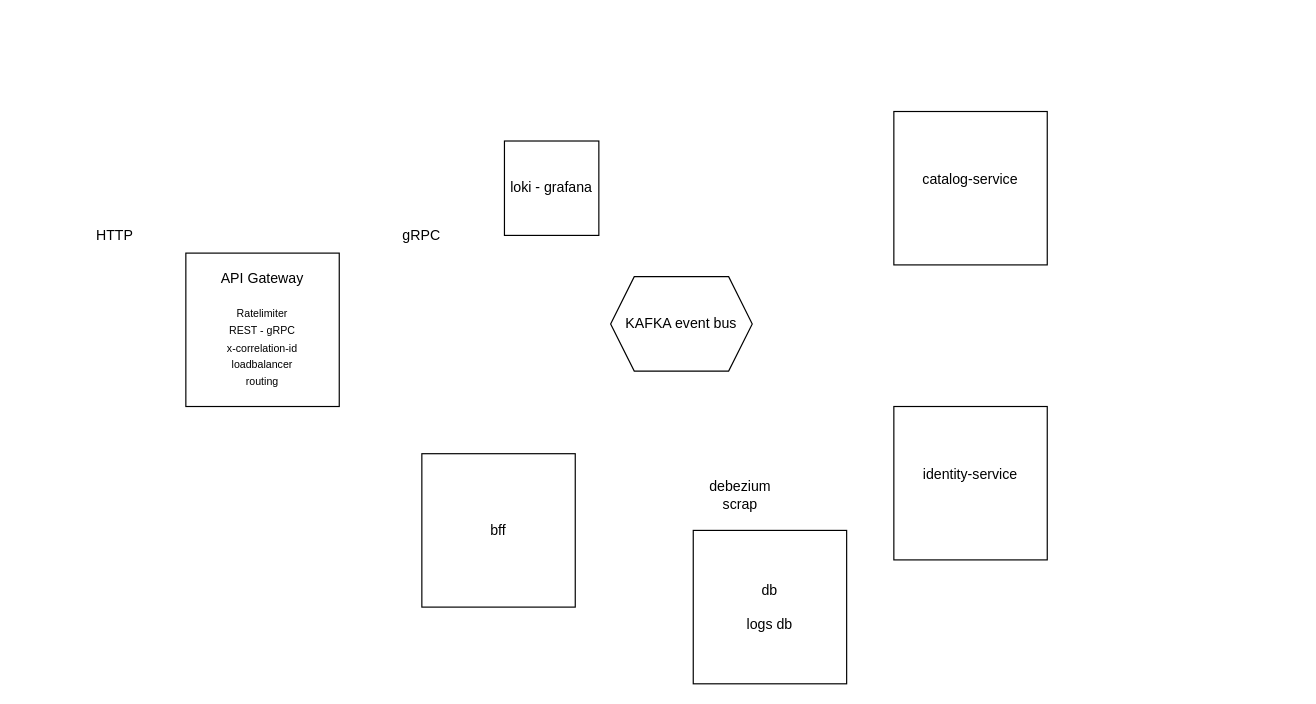
nicoprogramming1/melown keeps this draw.io diagram as c4-diagram.drawio. Above is the earlier version. Source tidied: cells renumbered, new cells numbered last; positions are measured from the earlier drawing's top-left corner, leaving out a move shared by most shapes. Both pictures are drawn from the tidied source at 118%, with x=0, y=0 at pixel (79, 111).
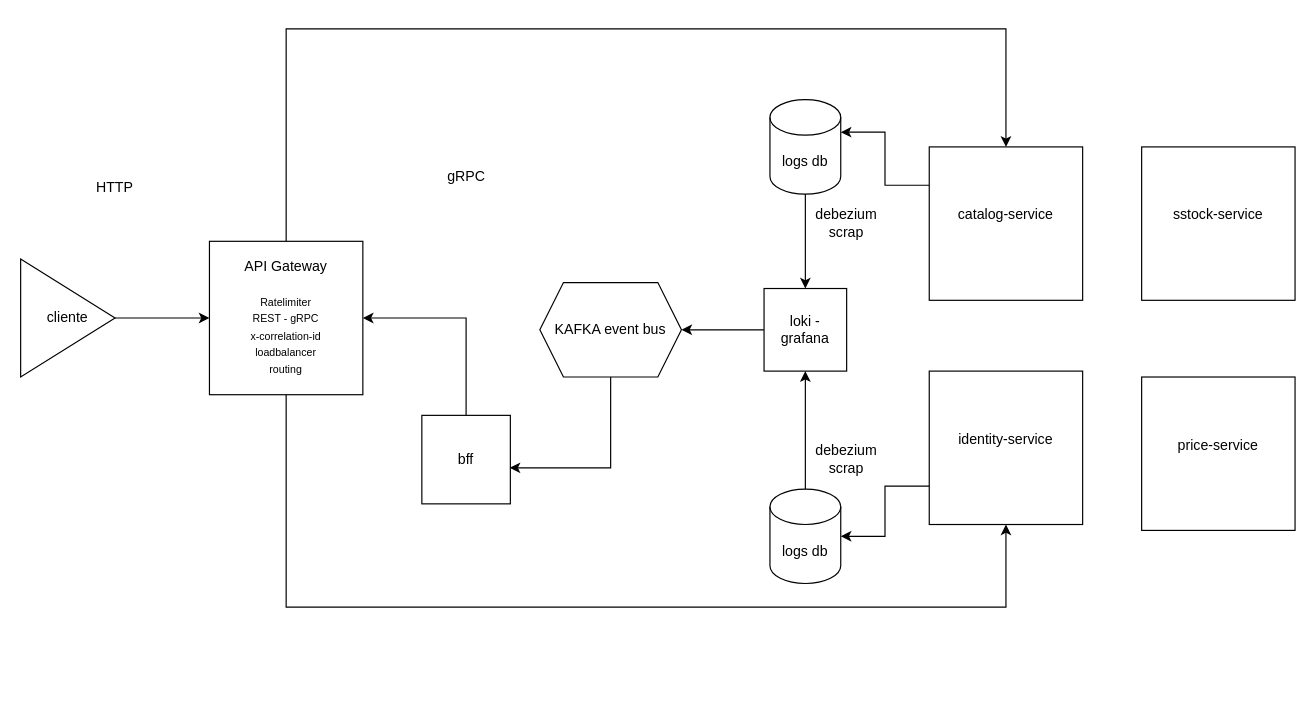
Above is the later version.

Change to the diagram source:
```diff
@@
+    <mxCell id="12" style="edgeStyle=orthogonalEdgeStyle;rounded=0;jettySize=auto;html=1;entryX=0.5;entryY=0;entryDx=0;entryDy=0;exitX=0.5;exitY=0;exitDx=0;exitDy=0;" parent="1" edge="1" source="2" target="4">
+      <mxGeometry relative="1" as="geometry">
+        <Array as="points">
+          <mxPoint x="175" y="-70" />
+          <mxPoint x="785" y="-70" />
+        </Array>
+      </mxGeometry>
+    </mxCell>
+    <mxCell id="13" style="edgeStyle=orthogonalEdgeStyle;rounded=0;jettySize=auto;html=1;entryX=0.5;entryY=1;entryDx=0;entryDy=0;exitX=0.5;exitY=1;exitDx=0;exitDy=0;" parent="1" edge="1" source="2" target="5">
+      <mxGeometry relative="1" as="geometry">
+        <Array as="points">
+          <mxPoint x="175" y="420" />
+          <mxPoint x="785" y="420" />
+        </Array>
+      </mxGeometry>
+    </mxCell>
     <mxCell id="2" value="API Gateway&lt;br&gt;&lt;div&gt;&lt;br&gt;&lt;/div&gt;&lt;div&gt;&lt;font style=&quot;font-size: 9px;&quot;&gt;Ratelimiter&lt;/font&gt;&lt;/div&gt;&lt;div&gt;&lt;font style=&quot;font-size: 9px;&quot;&gt;REST - gRPC&lt;br&gt;x-correlation-id&lt;/font&gt;&lt;/div&gt;&lt;div&gt;&lt;font style=&quot;font-size: 9px;&quot;&gt;loadbalancer&lt;br&gt;routing&lt;/font&gt;&lt;/div&gt;" style="whiteSpace=wrap;html=1;" parent="1" vertex="1">
-      <mxGeometry x="90" y="120" width="130" height="130" as="geometry" />
+      <mxGeometry x="110" y="110" width="130" height="130" as="geometry" />
     </mxCell>
     <mxCell id="3" value="HTTP" style="text;html=1;whiteSpace=wrap;strokeColor=none;fillColor=none;align=center;verticalAlign=middle;rounded=0;" parent="1" vertex="1">
-      <mxGeometry y="90" width="60" height="30" as="geometry" />
+      <mxGeometry y="50" width="60" height="30" as="geometry" />
     </mxCell>
     <mxCell id="4" value="catalog-service&lt;div&gt;&lt;br&gt;&lt;/div&gt;" style="whiteSpace=wrap;html=1;" parent="1" vertex="1">
-      <mxGeometry x="690" width="130" height="130" as="geometry" />
+      <mxGeometry x="720" y="30" width="130" height="130" as="geometry" />
     </mxCell>
     <mxCell id="5" value="identity-service&lt;div&gt;&lt;br&gt;&lt;/div&gt;" style="whiteSpace=wrap;html=1;" parent="1" vertex="1">
-      <mxGeometry x="690" y="250" width="130" height="130" as="geometry" />
+      <mxGeometry x="720" y="220" width="130" height="130" as="geometry" />
     </mxCell>
     <mxCell id="6" value="KAFKA event bus" style="shape=hexagon;perimeter=hexagonPerimeter2;whiteSpace=wrap;html=1;fixedSize=1;" parent="1" vertex="1">
-      <mxGeometry x="450" y="140" width="120" height="80" as="geometry" />
+      <mxGeometry x="390" y="145" width="120" height="80" as="geometry" />
     </mxCell>
     <mxCell id="7" value="debezium scrap" style="text;html=1;whiteSpace=wrap;strokeColor=none;fillColor=none;align=center;verticalAlign=middle;rounded=0;" parent="1" vertex="1">
-      <mxGeometry x="530" y="310" width="60" height="30" as="geometry" />
+      <mxGeometry x="620" y="280" width="60" height="30" as="geometry" />
     </mxCell>
+    <mxCell id="14" style="edgeStyle=orthogonalEdgeStyle;rounded=0;jettySize=auto;html=1;entryX=1;entryY=0.5;entryDx=0;entryDy=0;exitX=0.5;exitY=0;exitDx=0;exitDy=0;" parent="1" edge="1" source="8" target="2">
+      <mxGeometry relative="1" as="geometry" />
+    </mxCell>
     <mxCell id="8" value="&lt;div&gt;bff&lt;/div&gt;" style="whiteSpace=wrap;html=1;" parent="1" vertex="1">
-      <mxGeometry x="290" y="290" width="130" height="130" as="geometry" />
+      <mxGeometry x="290" y="257.5" width="75" height="75" as="geometry" />
     </mxCell>
-    <mxCell id="9" value="&lt;div&gt;db&lt;br&gt;&lt;br&gt;logs db&lt;/div&gt;" style="whiteSpace=wrap;html=1;" parent="1" vertex="1">
-      <mxGeometry x="520" y="355" width="130" height="130" as="geometry" />
-    </mxCell>
     <mxCell id="10" value="gRPC" style="text;html=1;whiteSpace=wrap;strokeColor=none;fillColor=none;align=center;verticalAlign=middle;rounded=0;" parent="1" vertex="1">
-      <mxGeometry x="260" y="90" width="60" height="30" as="geometry" />
+      <mxGeometry x="297.5" y="40" width="60" height="30" as="geometry" />
     </mxCell>
+    <mxCell id="15" style="edgeStyle=orthogonalEdgeStyle;rounded=0;jettySize=auto;html=1;entryX=1;entryY=0.5;entryDx=0;entryDy=0;" parent="1" edge="1" source="11" target="6">
+      <mxGeometry relative="1" as="geometry" />
+    </mxCell>
     <mxCell id="11" value="&lt;div&gt;loki - grafana&lt;/div&gt;" style="whiteSpace=wrap;html=1;" parent="1" vertex="1">
-      <mxGeometry x="360" y="25" width="80" height="80" as="geometry" />
+      <mxGeometry x="580" y="150" width="70" height="70" as="geometry" />
     </mxCell>
+    <mxCell id="16" style="edgeStyle=orthogonalEdgeStyle;rounded=0;jettySize=auto;html=1;" parent="1" edge="1" source="17" target="11">
+      <mxGeometry relative="1" as="geometry" />
+    </mxCell>
+    <mxCell id="17" value="logs db" style="shape=cylinder3;whiteSpace=wrap;html=1;boundedLbl=1;backgroundOutline=1;size=15;" parent="1" vertex="1">
+      <mxGeometry x="585" y="320" width="60" height="80" as="geometry" />
+    </mxCell>
+    <mxCell id="18" style="edgeStyle=orthogonalEdgeStyle;rounded=0;jettySize=auto;html=1;" parent="1" edge="1" source="19" target="11">
+      <mxGeometry relative="1" as="geometry" />
+    </mxCell>
+    <mxCell id="19" value="logs db" style="shape=cylinder3;whiteSpace=wrap;html=1;boundedLbl=1;backgroundOutline=1;size=15;" parent="1" vertex="1">
+      <mxGeometry x="585" y="-10" width="60" height="80" as="geometry" />
+    </mxCell>
+    <mxCell id="20" value="debezium scrap" style="text;html=1;whiteSpace=wrap;strokeColor=none;fillColor=none;align=center;verticalAlign=middle;rounded=0;" parent="1" vertex="1">
+      <mxGeometry x="620" y="80" width="60" height="30" as="geometry" />
+    </mxCell>
+    <mxCell id="21" style="edgeStyle=orthogonalEdgeStyle;rounded=0;jettySize=auto;html=1;entryX=0.992;entryY=0.593;entryDx=0;entryDy=0;entryPerimeter=0;exitX=0.5;exitY=1;exitDx=0;exitDy=0;" parent="1" edge="1" source="6" target="8">
+      <mxGeometry relative="1" as="geometry" />
+    </mxCell>
+    <mxCell id="22" style="edgeStyle=orthogonalEdgeStyle;rounded=0;jettySize=auto;html=1;" parent="1" edge="1" source="23" target="2">
+      <mxGeometry relative="1" as="geometry" />
+    </mxCell>
+    <mxCell id="23" value="cliente" style="triangle;whiteSpace=wrap;html=1;" parent="1" vertex="1">
+      <mxGeometry x="-50" y="125" width="80" height="100" as="geometry" />
+    </mxCell>
+    <mxCell id="24" style="edgeStyle=orthogonalEdgeStyle;rounded=0;jettySize=auto;html=1;entryX=1;entryY=0;entryDx=0;entryDy=27.5;entryPerimeter=0;exitX=0;exitY=0.25;exitDx=0;exitDy=0;" parent="1" edge="1" source="4" target="19">
+      <mxGeometry relative="1" as="geometry" />
+    </mxCell>
+    <mxCell id="25" style="edgeStyle=orthogonalEdgeStyle;rounded=0;jettySize=auto;html=1;entryX=1;entryY=0.5;entryDx=0;entryDy=0;entryPerimeter=0;exitX=0;exitY=0.75;exitDx=0;exitDy=0;" parent="1" edge="1" source="5" target="17">
+      <mxGeometry relative="1" as="geometry" />
+    </mxCell>
+    <mxCell id="26" value="sstock-service&lt;div&gt;&lt;br&gt;&lt;/div&gt;" style="whiteSpace=wrap;html=1;" parent="1" vertex="1">
+      <mxGeometry x="900" y="30" width="130" height="130" as="geometry" />
+    </mxCell>
+    <mxCell id="27" value="price-service&lt;div&gt;&lt;br&gt;&lt;/div&gt;" style="whiteSpace=wrap;html=1;" parent="1" vertex="1">
+      <mxGeometry x="900" y="225" width="130" height="130" as="geometry" />
+    </mxCell>
```
